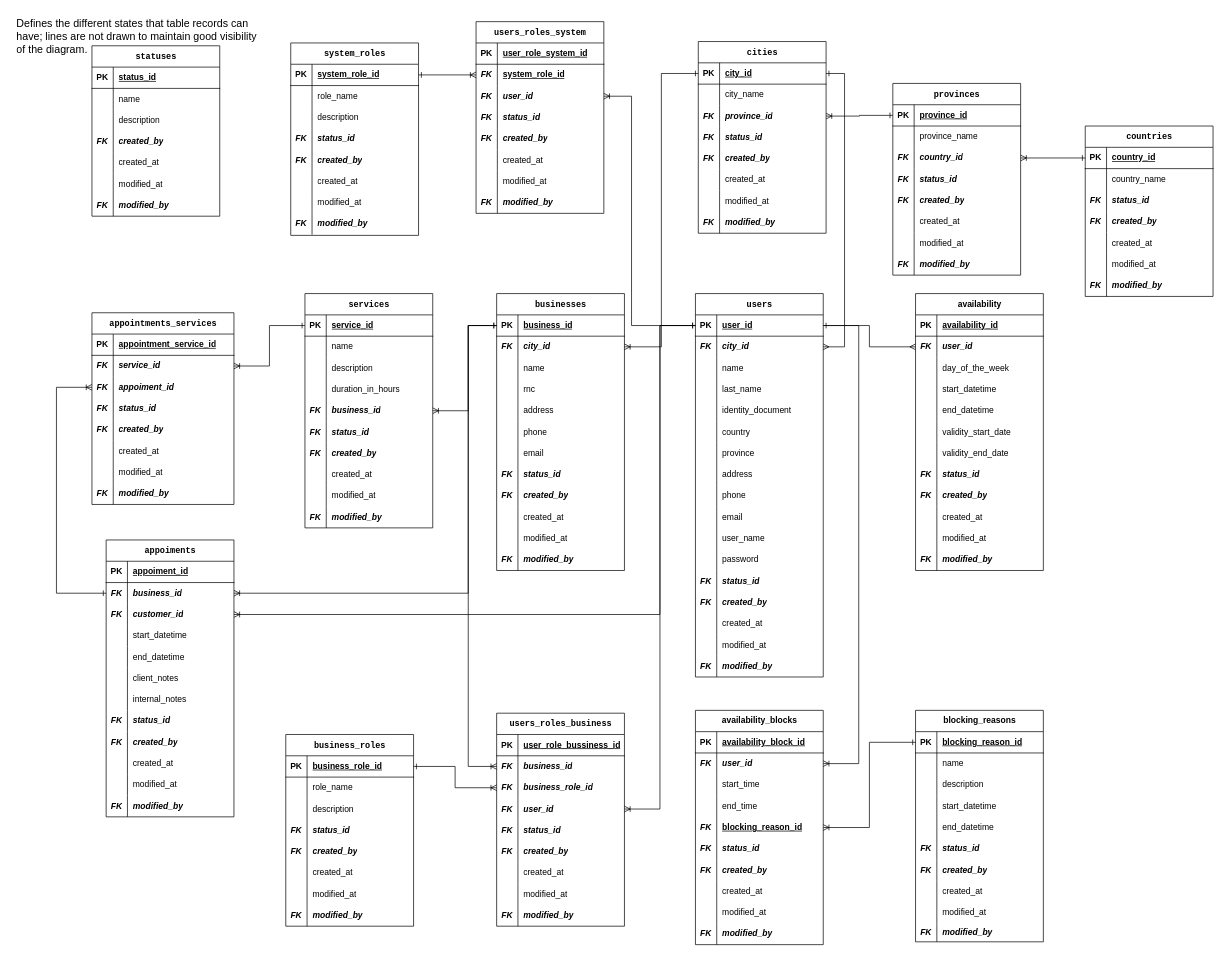
juanandrescj-dev/dailymode-appointment-scheduler keeps this draw.io diagram as technical-documentation/diagram-database-dailymode-appointment-scheduler.drawio. Above is the earlier version. Source tidied: cells renumbered, new cells numbered last; positions are measured from the earlier drawing's top-left corner, leaving out a move shared by most shapes. Both pictures are drawn from the tidied source at 71%, with x=0, y=0 at pixel (12, 12).
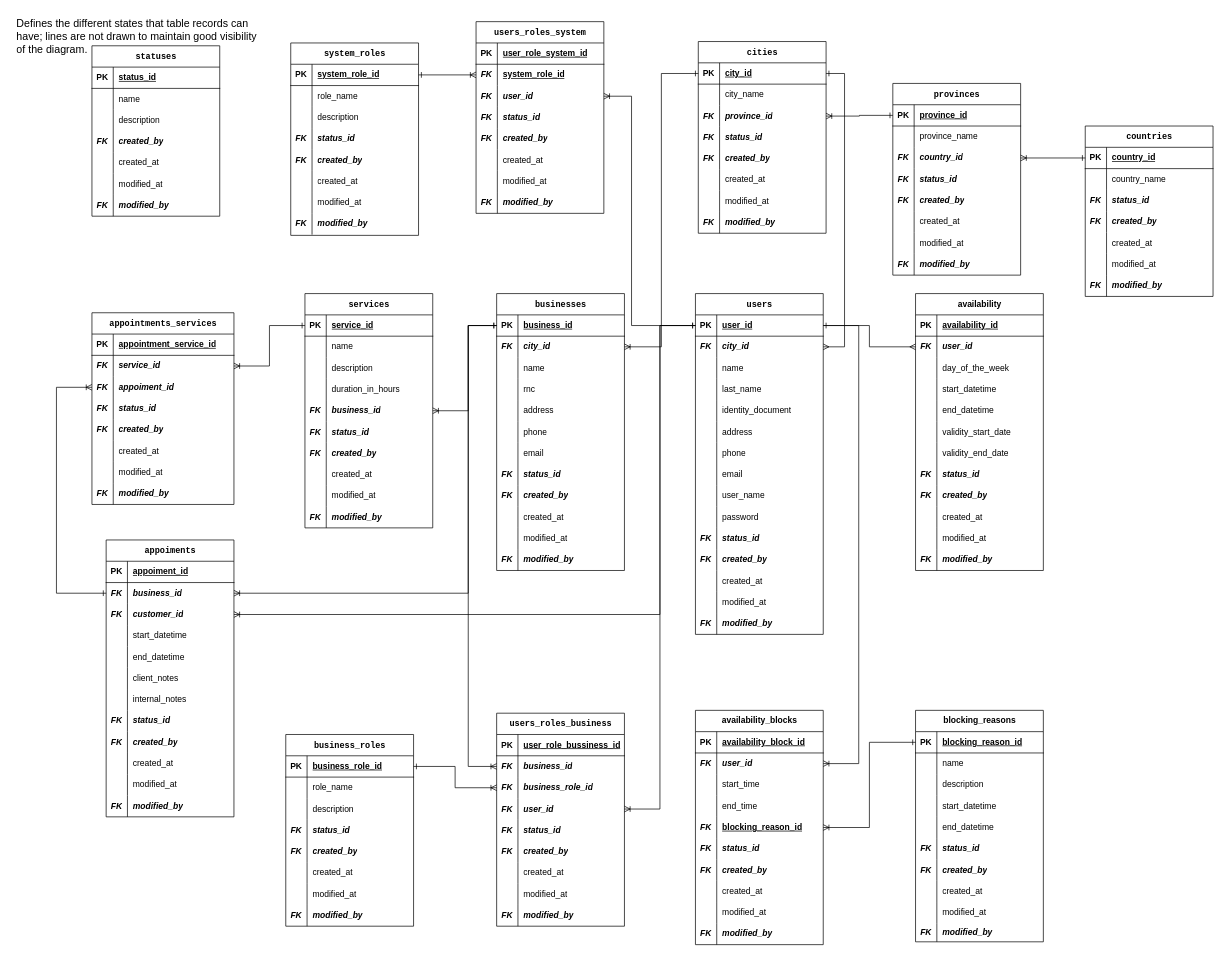
The same page after the edit.

Change to the diagram source:
```diff
@@
     <mxCell id="39" value="&lt;font face=&quot;monospace&quot;&gt;users&lt;/font&gt;" style="shape=table;startSize=30;childLayout=tableLayout;rowLines=0;fontStyle=1;align=center;html=1;" parent="1" vertex="1">
-      <mxGeometry x="962" y="396" width="180" height="540" as="geometry" />
+      <mxGeometry x="962" y="396" width="180" height="480" as="geometry" />
     </mxCell>
@@
-    <mxCell id="55" style="shape=tableRow;horizontal=0;startSize=0;swimlaneHead=0;swimlaneBody=0;fillColor=none;top=0;left=0;right=0;bottom=0;" parent="39" vertex="1">
-      <mxGeometry y="180" width="180" height="30" as="geometry" />
-    </mxCell>
-    <mxCell id="56" style="shape=partialRectangle;fillColor=none;top=0;left=0;bottom=0;right=0;overflow=hidden;whiteSpace=wrap;html=1;" parent="55" vertex="1">
-      <mxGeometry width="30" height="30" as="geometry" />
-    </mxCell>
-    <mxCell id="57" value="country" style="shape=partialRectangle;fillColor=none;top=0;left=0;bottom=0;right=0;align=left;spacingLeft=6;overflow=hidden;whiteSpace=wrap;html=1;" parent="55" vertex="1">
-      <mxGeometry x="30" width="150" height="30" as="geometry" />
-    </mxCell>
-    <mxCell id="58" style="shape=tableRow;horizontal=0;startSize=0;swimlaneHead=0;swimlaneBody=0;fillColor=none;top=0;left=0;right=0;bottom=0;" parent="39" vertex="1">
-      <mxGeometry y="210" width="180" height="30" as="geometry" />
-    </mxCell>
-    <mxCell id="59" style="shape=partialRectangle;fillColor=none;top=0;left=0;bottom=0;right=0;overflow=hidden;whiteSpace=wrap;html=1;" parent="58" vertex="1">
-      <mxGeometry width="30" height="30" as="geometry" />
-    </mxCell>
-    <mxCell id="60" value="province" style="shape=partialRectangle;fillColor=none;top=0;left=0;bottom=0;right=0;align=left;spacingLeft=6;overflow=hidden;whiteSpace=wrap;html=1;" parent="58" vertex="1">
-      <mxGeometry x="30" width="150" height="30" as="geometry" />
-    </mxCell>
     <mxCell id="61" style="shape=tableRow;horizontal=0;startSize=0;swimlaneHead=0;swimlaneBody=0;fillColor=none;top=0;left=0;right=0;bottom=0;" parent="39" vertex="1">
-      <mxGeometry y="240" width="180" height="30" as="geometry" />
+      <mxGeometry y="180" width="180" height="30" as="geometry" />
     </mxCell>
@@
     <mxCell id="64" style="shape=tableRow;horizontal=0;startSize=0;swimlaneHead=0;swimlaneBody=0;fillColor=none;top=0;left=0;right=0;bottom=0;" parent="39" vertex="1">
-      <mxGeometry y="270" width="180" height="30" as="geometry" />
+      <mxGeometry y="210" width="180" height="30" as="geometry" />
     </mxCell>
@@
     <mxCell id="67" style="shape=tableRow;horizontal=0;startSize=0;swimlaneHead=0;swimlaneBody=0;fillColor=none;top=0;left=0;right=0;bottom=0;" parent="39" vertex="1">
-      <mxGeometry y="300" width="180" height="30" as="geometry" />
+      <mxGeometry y="240" width="180" height="30" as="geometry" />
     </mxCell>
@@
     <mxCell id="70" style="shape=tableRow;horizontal=0;startSize=0;swimlaneHead=0;swimlaneBody=0;fillColor=none;top=0;left=0;right=0;bottom=0;" parent="39" vertex="1">
-      <mxGeometry y="330" width="180" height="30" as="geometry" />
+      <mxGeometry y="270" width="180" height="30" as="geometry" />
     </mxCell>
@@
     <mxCell id="73" style="shape=tableRow;horizontal=0;startSize=0;swimlaneHead=0;swimlaneBody=0;fillColor=none;top=0;left=0;right=0;bottom=0;" parent="39" vertex="1">
-      <mxGeometry y="360" width="180" height="30" as="geometry" />
+      <mxGeometry y="300" width="180" height="30" as="geometry" />
     </mxCell>
@@
     <mxCell id="76" style="shape=tableRow;horizontal=0;startSize=0;swimlaneHead=0;swimlaneBody=0;fillColor=none;top=0;left=0;right=0;bottom=0;" parent="39" vertex="1">
-      <mxGeometry y="390" width="180" height="30" as="geometry" />
+      <mxGeometry y="330" width="180" height="30" as="geometry" />
     </mxCell>
@@
     <mxCell id="79" style="shape=tableRow;horizontal=0;startSize=0;swimlaneHead=0;swimlaneBody=0;fillColor=none;top=0;left=0;right=0;bottom=0;" parent="39" vertex="1">
-      <mxGeometry y="420" width="180" height="30" as="geometry" />
+      <mxGeometry y="360" width="180" height="30" as="geometry" />
     </mxCell>
@@
     <mxCell id="82" style="shape=tableRow;horizontal=0;startSize=0;swimlaneHead=0;swimlaneBody=0;fillColor=none;top=0;left=0;right=0;bottom=0;" parent="39" vertex="1">
-      <mxGeometry y="450" width="180" height="30" as="geometry" />
+      <mxGeometry y="390" width="180" height="30" as="geometry" />
     </mxCell>
@@
     <mxCell id="85" style="shape=tableRow;horizontal=0;startSize=0;swimlaneHead=0;swimlaneBody=0;fillColor=none;top=0;left=0;right=0;bottom=0;" parent="39" vertex="1">
-      <mxGeometry y="480" width="180" height="30" as="geometry" />
+      <mxGeometry y="420" width="180" height="30" as="geometry" />
     </mxCell>
@@
     <mxCell id="88" style="shape=tableRow;horizontal=0;startSize=0;swimlaneHead=0;swimlaneBody=0;fillColor=none;top=0;left=0;right=0;bottom=0;" parent="39" vertex="1">
-      <mxGeometry y="510" width="180" height="30" as="geometry" />
+      <mxGeometry y="450" width="180" height="30" as="geometry" />
     </mxCell>
```
